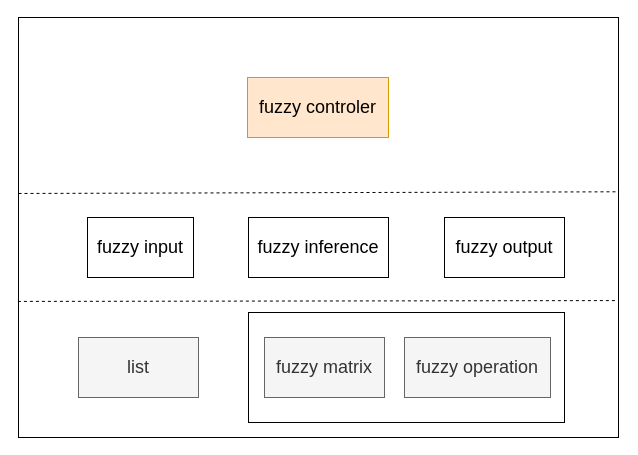
Before: draw.io/算法核心框架/算法核心框架.drawio in nayooooo/FuzzyControl, a draw.io diagram. Source tidied: cells renumbered, new cells numbered last; positions are measured from the earlier drawing's top-left corner, leaving out a move shared by most shapes. Both pictures are drawn from the tidied source at 100%, with x=0, y=0 at pixel (18, 17).
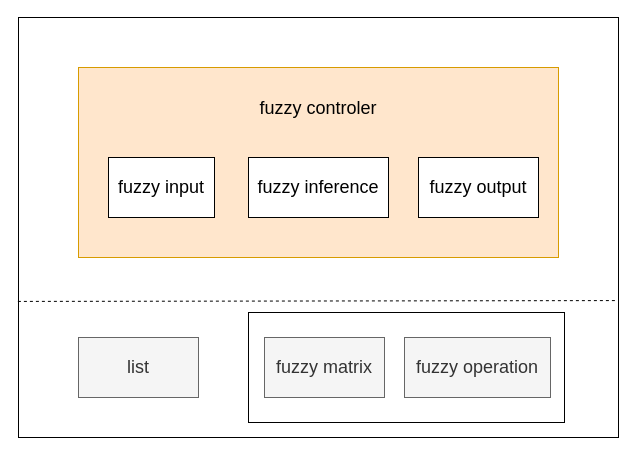
The same diagram, later.

What changed in the source:
```diff
@@
 <mxGraphModel>
   <root>
     <mxCell id="0" />
     <mxCell id="1" parent="0" />
     <mxCell id="2" style="rounded=0;whiteSpace=wrap;html=1;fontSize=18;" parent="1" vertex="1">
       <mxGeometry width="600" height="420" as="geometry" />
     </mxCell>
     <mxCell id="3" value="list" style="rounded=0;whiteSpace=wrap;html=1;fillColor=#f5f5f5;fontColor=#333333;strokeColor=#666666;fontSize=18;" parent="1" vertex="1">
       <mxGeometry x="60" y="320" width="120" height="60" as="geometry" />
     </mxCell>
     <mxCell id="4" style="rounded=0;whiteSpace=wrap;html=1;fontSize=18;" parent="1" vertex="1">
       <mxGeometry x="230" y="295" width="316" height="110" as="geometry" />
     </mxCell>
     <mxCell id="5" value="fuzzy matrix" style="rounded=0;whiteSpace=wrap;html=1;fillColor=#f5f5f5;fontColor=#333333;strokeColor=#666666;fontSize=18;" parent="1" vertex="1">
       <mxGeometry x="246" y="320" width="120" height="60" as="geometry" />
     </mxCell>
     <mxCell id="6" value="fuzzy operation" style="rounded=0;whiteSpace=wrap;html=1;fillColor=#f5f5f5;fontColor=#333333;strokeColor=#666666;fontSize=18;" parent="1" vertex="1">
       <mxGeometry x="386" y="320" width="146" height="60" as="geometry" />
     </mxCell>
     <mxCell id="7" style="endArrow=none;dashed=1;html=1;rounded=0;fontSize=18;entryX=0.998;entryY=0.674;entryDx=0;entryDy=0;entryPerimeter=0;exitX=-0.001;exitY=0.676;exitDx=0;exitDy=0;exitPerimeter=0;" parent="1" edge="1" source="2" target="2">
       <mxGeometry relative="1" as="geometry" />
     </mxCell>
+    <mxCell id="12" value="&lt;span&gt;fuzzy controler&lt;br&gt;&lt;br&gt;&lt;br&gt;&lt;br&gt;&lt;br&gt;&lt;br&gt;&lt;/span&gt;" style="rounded=0;whiteSpace=wrap;html=1;fontSize=18;fillColor=#ffe6cc;strokeColor=#d79b00;" parent="1" vertex="1">
+      <mxGeometry x="60" y="50" width="480" height="190" as="geometry" />
+    </mxCell>
+    <mxCell id="9" value="fuzzy input" style="rounded=0;whiteSpace=wrap;html=1;fontSize=18;" parent="1" vertex="1">
+      <mxGeometry x="90" y="140" width="106" height="60" as="geometry" />
+    </mxCell>
     <mxCell id="8" value="fuzzy inference" style="rounded=0;whiteSpace=wrap;html=1;fontSize=18;" parent="1" vertex="1">
-      <mxGeometry x="230" y="200" width="140" height="60" as="geometry" />
+      <mxGeometry x="230" y="140" width="140" height="60" as="geometry" />
     </mxCell>
-    <mxCell id="9" value="fuzzy input" style="rounded=0;whiteSpace=wrap;html=1;fontSize=18;" parent="1" vertex="1">
-      <mxGeometry x="69" y="200" width="106" height="60" as="geometry" />
-    </mxCell>
     <mxCell id="10" value="fuzzy output" style="rounded=0;whiteSpace=wrap;html=1;fontSize=18;" parent="1" vertex="1">
-      <mxGeometry x="426" y="200" width="120" height="60" as="geometry" />
+      <mxGeometry x="400" y="140" width="120" height="60" as="geometry" />
     </mxCell>
-    <mxCell id="11" style="endArrow=none;dashed=1;html=1;rounded=0;fontSize=18;entryX=1.001;entryY=0.415;entryDx=0;entryDy=0;entryPerimeter=0;exitX=0;exitY=0.419;exitDx=0;exitDy=0;exitPerimeter=0;" parent="1" edge="1" source="2" target="2">
-      <mxGeometry relative="1" as="geometry" />
-    </mxCell>
-    <mxCell id="12" value="fuzzy controler" style="rounded=0;whiteSpace=wrap;html=1;fontSize=18;fillColor=#ffe6cc;strokeColor=#d79b00;" parent="1" vertex="1">
-      <mxGeometry x="229" y="60" width="141" height="60" as="geometry" />
-    </mxCell>
   </root>
 </mxGraphModel>
```
